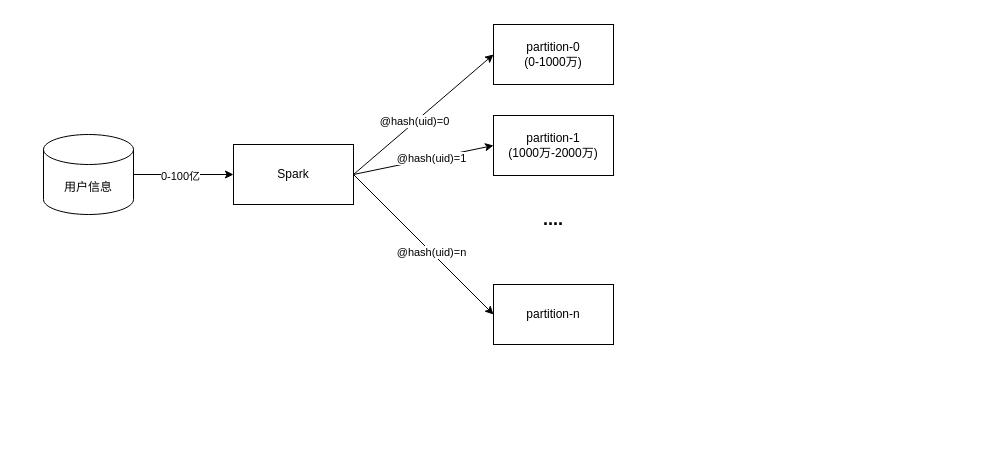
This is id-mapping-pipeline-ck.drawio from learn2Pro/draw_io_save, a draw.io file, before an edit. Source tidied: cells renumbered, new cells numbered last; positions are measured from the earlier drawing's top-left corner, leaving out a move shared by most shapes. Both pictures are drawn from the tidied source at 100%, with x=0, y=0 at pixel (43, 24).
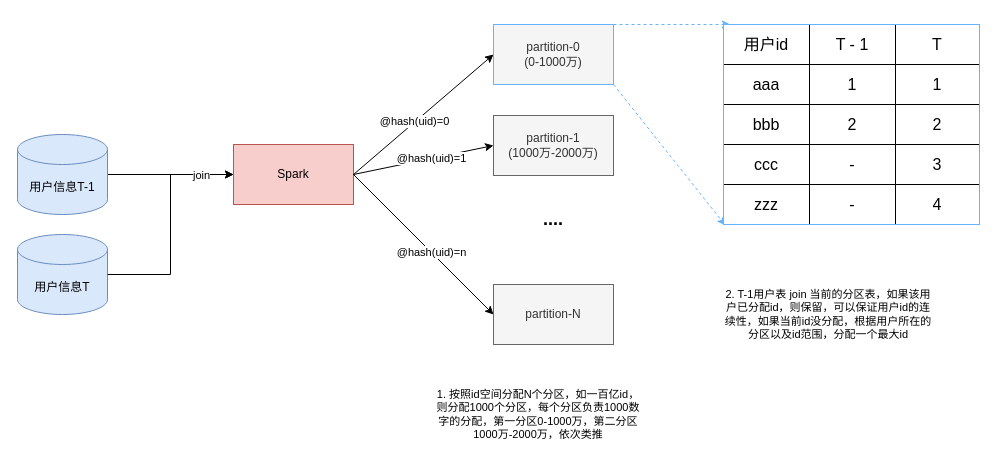
The same page after the edit.

Unchanged cells that the change refers to:
```xml
<mxCell id="3" style="edgeStyle=orthogonalEdgeStyle;rounded=0;jettySize=auto;html=1;" parent="1" edge="1" source="5" target="2">
  <mxGeometry relative="1" as="geometry" />
</mxCell>
```

Change to the diagram source:
```diff
@@
-    <mxCell id="2" value="Spark" style="rounded=0;whiteSpace=wrap;html=1;" parent="1" vertex="1">
+    <mxCell id="2" value="Spark" style="rounded=0;whiteSpace=wrap;html=1;fillColor=#f8cecc;strokeColor=#b85450;" parent="1" vertex="1">
       <mxGeometry x="190" y="120" width="120" height="60" as="geometry" />
     </mxCell>
@@
-    <mxCell id="4" value="&lt;font style=&quot;font-size: 11px;&quot;&gt;0-100亿&lt;/font&gt;" style="edgeLabel;html=1;align=center;verticalAlign=middle;fontSize=18;" parent="3" vertex="1">
-      <mxGeometry x="-0.09" y="1" relative="1" as="geometry" />
-    </mxCell>
-    <mxCell id="5" value="用户信息" style="shape=cylinder3;whiteSpace=wrap;html=1;boundedLbl=1;backgroundOutline=1;size=15;" parent="1" vertex="1">
-      <mxGeometry y="110" width="90" height="80" as="geometry" />
+    <mxCell id="5" value="用户信息T-1" style="shape=cylinder3;whiteSpace=wrap;html=1;boundedLbl=1;backgroundOutline=1;size=15;fillColor=#dae8fc;strokeColor=#6c8ebf;" parent="1" vertex="1">
+      <mxGeometry x="-26" y="110" width="90" height="80" as="geometry" />
     </mxCell>
-    <mxCell id="6" value="partition-0&lt;br&gt;(0-1000万)" style="rounded=0;whiteSpace=wrap;html=1;" parent="1" vertex="1">
+    <mxCell id="6" value="partition-0&lt;br&gt;(0-1000万)" style="rounded=0;whiteSpace=wrap;html=1;fillColor=#f5f5f5;fontColor=#333333;strokeColor=#66B2FF;" parent="1" vertex="1">
       <mxGeometry x="450" width="120" height="60" as="geometry" />
     </mxCell>
-    <mxCell id="7" value="partition-1&lt;br&gt;(1000万-2000万)" style="rounded=0;whiteSpace=wrap;html=1;" parent="1" vertex="1">
+    <mxCell id="7" value="partition-1&lt;br&gt;(1000万-2000万)" style="rounded=0;whiteSpace=wrap;html=1;fillColor=#f5f5f5;fontColor=#333333;strokeColor=#666666;" parent="1" vertex="1">
       <mxGeometry x="450" y="91" width="120" height="60" as="geometry" />
     </mxCell>
-    <mxCell id="8" value="partition-n" style="rounded=0;whiteSpace=wrap;html=1;" parent="1" vertex="1">
+    <mxCell id="8" value="partition-N" style="rounded=0;whiteSpace=wrap;html=1;fillColor=#f5f5f5;fontColor=#333333;strokeColor=#666666;" parent="1" vertex="1">
       <mxGeometry x="450" y="260" width="120" height="60" as="geometry" />
     </mxCell>
@@
+    <mxCell id="16" value="用户信息T" style="shape=cylinder3;whiteSpace=wrap;html=1;boundedLbl=1;backgroundOutline=1;size=15;fillColor=#dae8fc;strokeColor=#6c8ebf;" parent="1" vertex="1">
+      <mxGeometry x="-26" y="210" width="90" height="80" as="geometry" />
+    </mxCell>
+    <mxCell id="17" style="edgeStyle=orthogonalEdgeStyle;rounded=0;jettySize=auto;html=1;entryX=0;entryY=0.5;entryDx=0;entryDy=0;" parent="1" edge="1" source="16" target="2">
+      <mxGeometry relative="1" as="geometry" />
+    </mxCell>
+    <mxCell id="18" value="join" style="edgeLabel;html=1;align=center;verticalAlign=middle;fontSize=11;" parent="17" vertex="1">
+      <mxGeometry x="0.71" relative="1" as="geometry" />
+    </mxCell>
+    <mxCell id="19" value="1. 按照id空间分配N个分区，如一百亿id，则分配1000个分区，每个分区负责1000数字的分配，第一分区0-1000万，第二分区1000万-2000万，依次类推" style="text;html=1;strokeColor=none;fillColor=none;align=center;verticalAlign=middle;whiteSpace=wrap;rounded=0;fontSize=11;" parent="1" vertex="1">
+      <mxGeometry x="390" y="350" width="210" height="80" as="geometry" />
+    </mxCell>
+    <mxCell id="20" value="2. T-1用户表 join 当前的分区表，如果该用户已分配id，则保留，可以保证用户id的连续性，如果当前id没分配，根据用户所在的分区以及id范围，分配一个最大id" style="text;html=1;strokeColor=none;fillColor=none;align=center;verticalAlign=middle;whiteSpace=wrap;rounded=0;fontSize=11;" parent="1" vertex="1">
+      <mxGeometry x="680" y="250" width="210" height="80" as="geometry" />
+    </mxCell>
+    <mxCell id="21" style="endArrow=classic;html=1;rounded=0;fontSize=11;exitX=1;exitY=0;exitDx=0;exitDy=0;dashed=1;entryX=0.027;entryY=0;entryDx=0;entryDy=0;entryPerimeter=0;strokeColor=#66B2FF;" parent="1" edge="1" source="6" target="24">
+      <mxGeometry relative="1" as="geometry" />
+    </mxCell>
+    <mxCell id="22" style="endArrow=classic;html=1;rounded=0;fontSize=11;exitX=1;exitY=1;exitDx=0;exitDy=0;entryX=0.008;entryY=1.025;entryDx=0;entryDy=0;entryPerimeter=0;dashed=1;strokeColor=#66B2FF;" parent="1" edge="1" source="6" target="40">
+      <mxGeometry relative="1" as="geometry" />
+    </mxCell>
+    <mxCell id="23" style="shape=table;startSize=0;childLayout=tableLayout;fontSize=16;strokeColor=#000000;" parent="1" vertex="1">
+      <mxGeometry x="680" width="256" height="200" as="geometry" />
+    </mxCell>
+    <mxCell id="24" style="shape=tableRow;horizontal=0;startSize=0;swimlaneHead=0;swimlaneBody=0;strokeColor=inherit;top=0;left=0;bottom=0;right=0;fillColor=none;points=[[0,0.5],[1,0.5]];portConstraint=eastwest;fontSize=16;" parent="23" vertex="1">
+      <mxGeometry width="256" height="40" as="geometry" />
+    </mxCell>
+    <mxCell id="25" value="用户id" style="shape=partialRectangle;html=1;whiteSpace=wrap;strokeColor=inherit;overflow=hidden;fillColor=none;top=0;left=0;bottom=0;right=0;fontSize=16;" parent="24" vertex="1">
+      <mxGeometry width="86" height="40" as="geometry" />
+    </mxCell>
+    <mxCell id="26" value="T - 1" style="shape=partialRectangle;html=1;whiteSpace=wrap;strokeColor=inherit;overflow=hidden;fillColor=none;top=0;left=0;bottom=0;right=0;fontSize=16;" parent="24" vertex="1">
+      <mxGeometry x="86" width="86" height="40" as="geometry" />
+    </mxCell>
+    <mxCell id="27" value="T" style="shape=partialRectangle;html=1;whiteSpace=wrap;strokeColor=inherit;overflow=hidden;fillColor=none;top=0;left=0;bottom=0;right=0;fontSize=16;" parent="24" vertex="1">
+      <mxGeometry x="172" width="84" height="40" as="geometry" />
+    </mxCell>
+    <mxCell id="28" style="shape=tableRow;horizontal=0;startSize=0;swimlaneHead=0;swimlaneBody=0;strokeColor=inherit;top=0;left=0;bottom=0;right=0;fillColor=none;fontSize=16;" parent="23" vertex="1">
+      <mxGeometry y="40" width="256" height="40" as="geometry" />
+    </mxCell>
+    <mxCell id="29" value="aaa" style="shape=partialRectangle;html=1;whiteSpace=wrap;strokeColor=inherit;overflow=hidden;fillColor=none;top=0;left=0;bottom=0;right=0;fontSize=16;" parent="28" vertex="1">
+      <mxGeometry width="86" height="40" as="geometry" />
+    </mxCell>
+    <mxCell id="30" value="1" style="shape=partialRectangle;html=1;whiteSpace=wrap;strokeColor=inherit;overflow=hidden;fillColor=none;top=0;left=0;bottom=0;right=0;fontSize=16;" parent="28" vertex="1">
+      <mxGeometry x="86" width="86" height="40" as="geometry" />
+    </mxCell>
+    <mxCell id="31" value="1" style="shape=partialRectangle;html=1;whiteSpace=wrap;strokeColor=inherit;overflow=hidden;fillColor=none;top=0;left=0;bottom=0;right=0;fontSize=16;" parent="28" vertex="1">
+      <mxGeometry x="172" width="84" height="40" as="geometry" />
+    </mxCell>
+    <mxCell id="32" style="shape=tableRow;horizontal=0;startSize=0;swimlaneHead=0;swimlaneBody=0;strokeColor=inherit;top=0;left=0;bottom=0;right=0;fillColor=none;fontSize=16;" parent="23" vertex="1">
+      <mxGeometry y="80" width="256" height="40" as="geometry" />
+    </mxCell>
+    <mxCell id="33" value="bbb" style="shape=partialRectangle;html=1;whiteSpace=wrap;strokeColor=inherit;overflow=hidden;fillColor=none;top=0;left=0;bottom=0;right=0;fontSize=16;" parent="32" vertex="1">
+      <mxGeometry width="86" height="40" as="geometry" />
+    </mxCell>
+    <mxCell id="34" value="2" style="shape=partialRectangle;html=1;whiteSpace=wrap;strokeColor=inherit;overflow=hidden;fillColor=none;top=0;left=0;bottom=0;right=0;fontSize=16;" parent="32" vertex="1">
+      <mxGeometry x="86" width="86" height="40" as="geometry" />
+    </mxCell>
+    <mxCell id="35" value="2" style="shape=partialRectangle;html=1;whiteSpace=wrap;strokeColor=inherit;overflow=hidden;fillColor=none;top=0;left=0;bottom=0;right=0;fontSize=16;" parent="32" vertex="1">
+      <mxGeometry x="172" width="84" height="40" as="geometry" />
+    </mxCell>
+    <mxCell id="36" style="shape=tableRow;horizontal=0;startSize=0;swimlaneHead=0;swimlaneBody=0;strokeColor=inherit;top=0;left=0;bottom=0;right=0;fillColor=none;fontSize=16;" parent="23" vertex="1">
+      <mxGeometry y="120" width="256" height="40" as="geometry" />
+    </mxCell>
+    <mxCell id="37" value="ccc" style="shape=partialRectangle;html=1;whiteSpace=wrap;strokeColor=inherit;overflow=hidden;fillColor=none;top=0;left=0;bottom=0;right=0;fontSize=16;" parent="36" vertex="1">
+      <mxGeometry width="86" height="40" as="geometry" />
+    </mxCell>
+    <mxCell id="38" value="-" style="shape=partialRectangle;html=1;whiteSpace=wrap;strokeColor=inherit;overflow=hidden;fillColor=none;top=0;left=0;bottom=0;right=0;fontSize=16;" parent="36" vertex="1">
+      <mxGeometry x="86" width="86" height="40" as="geometry" />
+    </mxCell>
+    <mxCell id="39" value="3" style="shape=partialRectangle;html=1;whiteSpace=wrap;strokeColor=inherit;overflow=hidden;fillColor=none;top=0;left=0;bottom=0;right=0;fontSize=16;" parent="36" vertex="1">
+      <mxGeometry x="172" width="84" height="40" as="geometry" />
+    </mxCell>
+    <mxCell id="40" style="shape=tableRow;horizontal=0;startSize=0;swimlaneHead=0;swimlaneBody=0;strokeColor=inherit;top=0;left=0;bottom=0;right=0;fillColor=none;points=[[0,0.5],[1,0.5]];portConstraint=eastwest;fontSize=16;" parent="23" vertex="1">
+      <mxGeometry y="160" width="256" height="40" as="geometry" />
+    </mxCell>
+    <mxCell id="41" value="zzz" style="shape=partialRectangle;html=1;whiteSpace=wrap;strokeColor=inherit;overflow=hidden;fillColor=none;top=0;left=0;bottom=0;right=0;fontSize=16;" parent="40" vertex="1">
+      <mxGeometry width="86" height="40" as="geometry" />
+    </mxCell>
+    <mxCell id="42" value="-" style="shape=partialRectangle;html=1;whiteSpace=wrap;strokeColor=inherit;overflow=hidden;fillColor=none;top=0;left=0;bottom=0;right=0;fontSize=16;" parent="40" vertex="1">
+      <mxGeometry x="86" width="86" height="40" as="geometry" />
+    </mxCell>
+    <mxCell id="43" value="4" style="shape=partialRectangle;html=1;whiteSpace=wrap;strokeColor=inherit;overflow=hidden;fillColor=none;top=0;left=0;bottom=0;right=0;fontSize=16;" parent="40" vertex="1">
+      <mxGeometry x="172" width="84" height="40" as="geometry" />
+    </mxCell>
+    <mxCell id="44" style="rounded=0;whiteSpace=wrap;html=1;fontSize=11;strokeColor=#66B2FF;fillColor=none;" parent="1" vertex="1">
+      <mxGeometry x="680" width="256" height="200" as="geometry" />
+    </mxCell>
```
